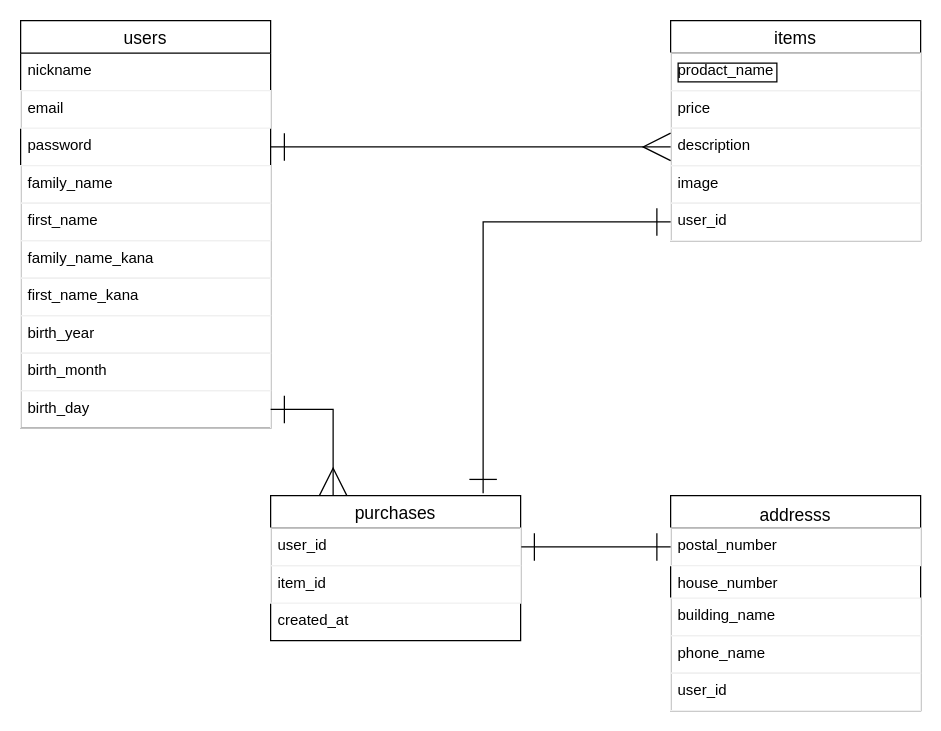
Before: test.dio in jikkajikka888/furima-30548, a draw.io diagram. Source tidied: cells renumbered, new cells numbered last; positions are measured from the earlier drawing's top-left corner, leaving out a move shared by most shapes. Both pictures are drawn from the tidied source at 125%, with x=0, y=0 at pixel (20, 20).
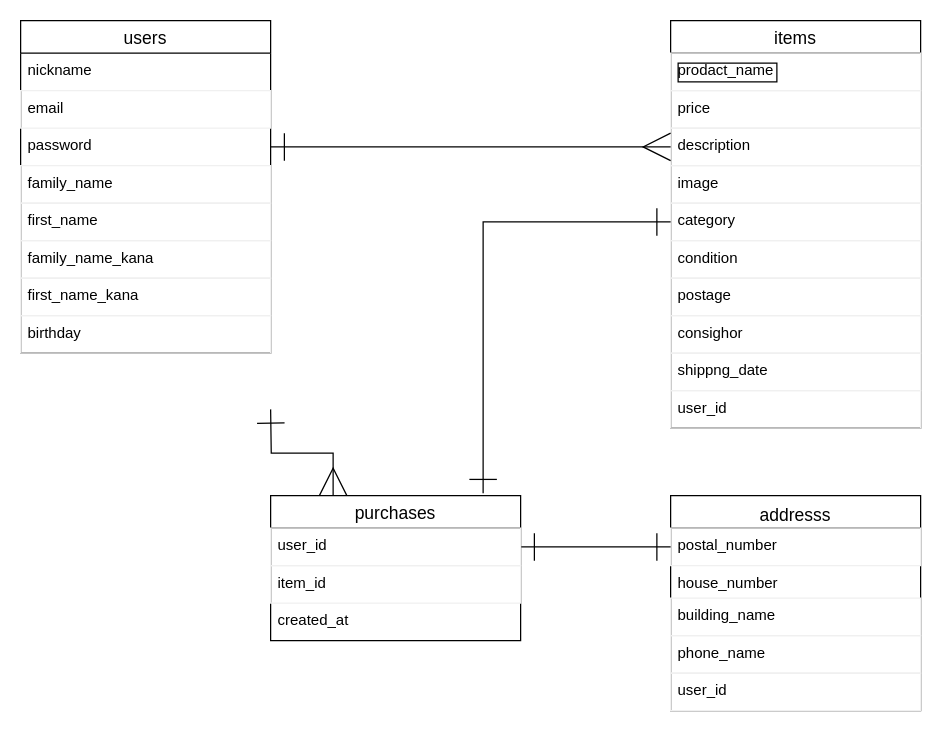
The same page after the edit.

Commit message (it also covers changes not shown here):
ER図、READEME修正

The change refers to these unchanged cells:
```xml
<mxCell id="28" value="purchases" style="swimlane;fontStyle=0;horizontal=1;startSize=26;align=center;fontSize=14;" parent="1" vertex="1">
  <mxGeometry x="200" y="380" width="200" height="116" as="geometry" />
</mxCell>
```

What changed in the source:
```diff
@@
     <mxCell id="2" value="items" style="swimlane;fontStyle=0;horizontal=1;startSize=26;align=center;fontSize=14;" parent="1" vertex="1">
-      <mxGeometry x="520" width="200" height="176" as="geometry" />
+      <mxGeometry x="520" width="200" height="326" as="geometry" />
     </mxCell>
@@
-    <mxCell id="7" value="user_id" style="text;fillColor=none;spacingLeft=4;spacingRight=4;overflow=hidden;points=[[0,0.5],[1,0.5]];portConstraint=eastwest;fontSize=12;strokeColor=#f0f0f0;" parent="2" vertex="1">
+    <mxCell id="7" value="category" style="text;fillColor=none;spacingLeft=4;spacingRight=4;overflow=hidden;points=[[0,0.5],[1,0.5]];portConstraint=eastwest;fontSize=12;strokeColor=#f0f0f0;" parent="2" vertex="1">
       <mxGeometry y="146" width="200" height="30" as="geometry" />
     </mxCell>
+    <mxCell id="33" value="condition" style="text;fillColor=none;spacingLeft=4;spacingRight=4;overflow=hidden;fontSize=12;strokeColor=#f0f0f0;" parent="2" vertex="1">
+      <mxGeometry y="176" width="200" height="30" as="geometry" />
+    </mxCell>
+    <mxCell id="34" value="postage" style="text;fillColor=none;spacingLeft=4;spacingRight=4;overflow=hidden;fontSize=12;strokeColor=#f0f0f0;" parent="2" vertex="1">
+      <mxGeometry y="206" width="200" height="30" as="geometry" />
+    </mxCell>
+    <mxCell id="35" value="consighor" style="text;fillColor=none;spacingLeft=4;spacingRight=4;overflow=hidden;fontSize=12;strokeColor=#f0f0f0;" parent="2" vertex="1">
+      <mxGeometry y="236" width="200" height="30" as="geometry" />
+    </mxCell>
+    <mxCell id="36" value="shippng_date" style="text;fillColor=none;spacingLeft=4;spacingRight=4;overflow=hidden;fontSize=12;strokeColor=#f0f0f0;" parent="2" vertex="1">
+      <mxGeometry y="266" width="200" height="30" as="geometry" />
+    </mxCell>
+    <mxCell id="37" value="user_id" style="text;fillColor=none;spacingLeft=4;spacingRight=4;overflow=hidden;fontSize=12;strokeColor=#f0f0f0;" parent="2" vertex="1">
+      <mxGeometry y="296" width="200" height="30" as="geometry" />
+    </mxCell>
     <mxCell id="8" value="users" style="swimlane;fontStyle=0;horizontal=1;startSize=26;align=center;fontSize=14;" parent="1" vertex="1">
-      <mxGeometry width="200" height="326" as="geometry" />
+      <mxGeometry width="200" height="266" as="geometry" />
     </mxCell>
@@
-    <mxCell id="16" value="birth_year" style="text;fillColor=none;spacingLeft=4;spacingRight=4;overflow=hidden;fontSize=12;strokeColor=#f0f0f0;" parent="8" vertex="1">
+    <mxCell id="16" value="birthday" style="text;fillColor=none;spacingLeft=4;spacingRight=4;overflow=hidden;fontSize=12;strokeColor=#f0f0f0;" parent="8" vertex="1">
       <mxGeometry y="236" width="200" height="30" as="geometry" />
     </mxCell>
-    <mxCell id="17" value="birth_month" style="text;fillColor=none;spacingLeft=4;spacingRight=4;overflow=hidden;fontSize=12;strokeColor=#f0f0f0;" parent="8" vertex="1">
-      <mxGeometry y="266" width="200" height="30" as="geometry" />
-    </mxCell>
-    <mxCell id="18" value="birth_day" style="text;fillColor=none;spacingLeft=4;spacingRight=4;overflow=hidden;points=[[0,0.5],[1,0.5]];portConstraint=eastwest;fontSize=12;strokeColor=#f0f0f0;" parent="8" vertex="1">
-      <mxGeometry y="296" width="200" height="30" as="geometry" />
-    </mxCell>
@@
-    <mxCell id="20" style="edgeStyle=orthogonalEdgeStyle;rounded=0;jettySize=auto;html=1;exitX=0.25;exitY=0;exitDx=0;exitDy=0;startArrow=ERmany;startFill=0;startSize=20;endArrow=ERone;endFill=0;endSize=20;entryX=1;entryY=0.5;entryDx=0;entryDy=0;" parent="1" edge="1" source="28" target="18">
-      <mxGeometry relative="1" as="geometry" />
+    <mxCell id="20" style="edgeStyle=orthogonalEdgeStyle;rounded=0;jettySize=auto;html=1;exitX=0.25;exitY=0;exitDx=0;exitDy=0;startArrow=ERmany;startFill=0;startSize=20;endArrow=ERone;endFill=0;endSize=20;entryX=1;entryY=0.5;entryDx=0;entryDy=0;" parent="1" edge="1" source="28">
+      <mxGeometry relative="1" as="geometry">
+        <mxPoint x="200" y="311" as="targetPoint" />
+      </mxGeometry>
     </mxCell>
```
